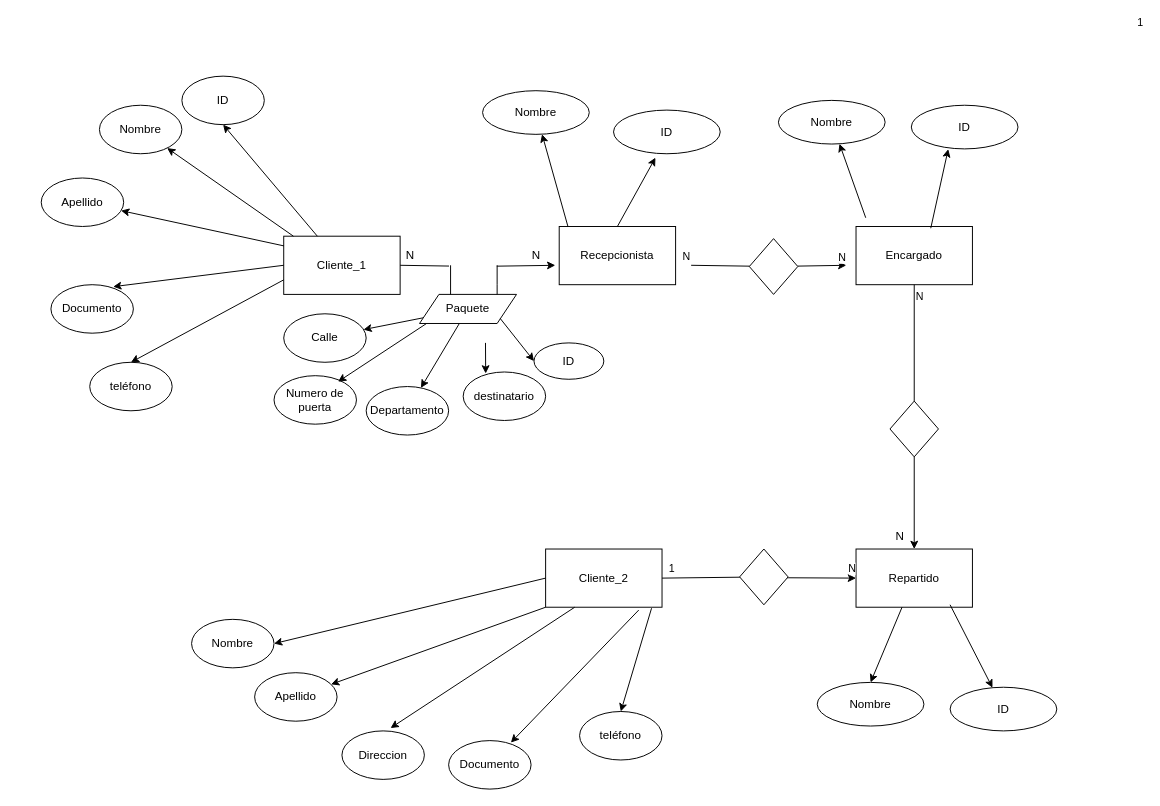
mateovillaa11/Proyecto_FindeA-o keeps this draw.io diagram as mer.drawio. Above is the earlier version. Source tidied: cells renumbered, new cells numbered last; positions are measured from the earlier drawing's top-left corner, leaving out a move shared by most shapes. Both pictures are drawn from the tidied source at 97%, with x=0, y=0 at pixel (41, 76).
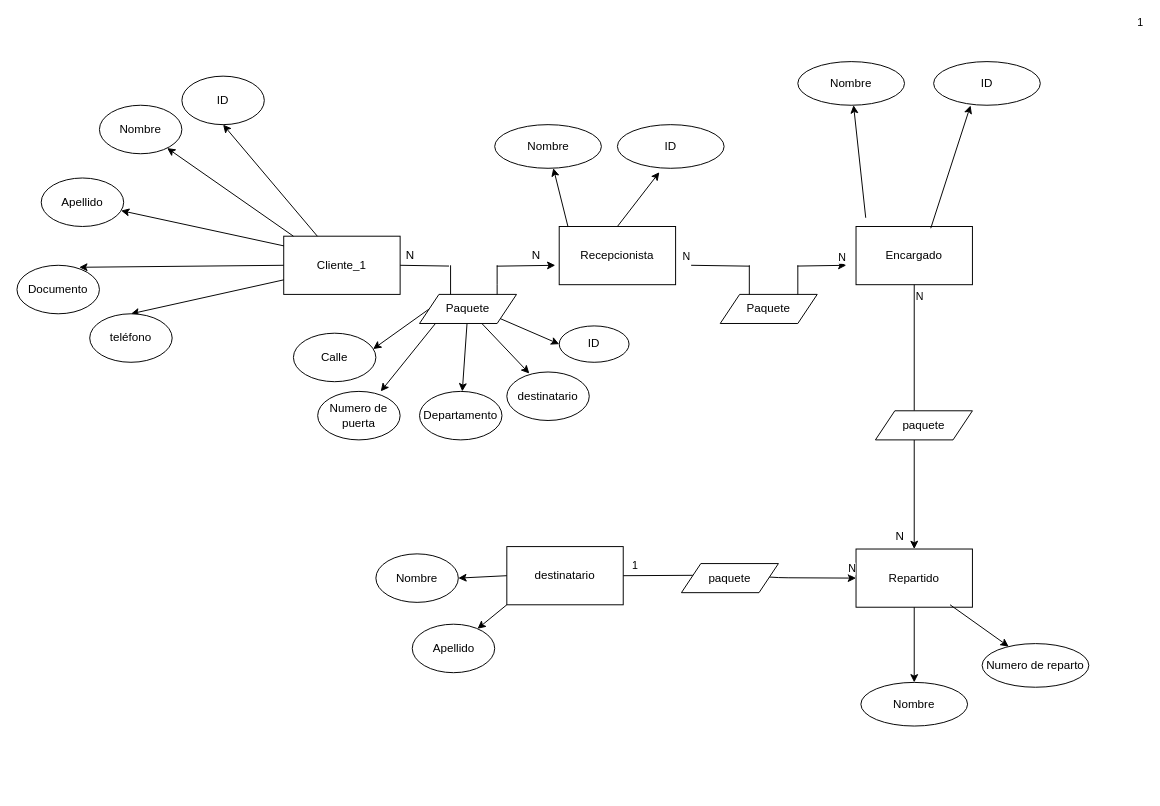
Above is the later version.

The change refers to these unchanged cells:
```xml
<mxCell id="3" value="Repartido" style="rounded=0;whiteSpace=wrap;html=1;" parent="1" vertex="1">
  <mxGeometry x="840" y="487.5" width="120" height="60" as="geometry" />
</mxCell>
<mxCell id="4" value="Encargado" style="rounded=0;whiteSpace=wrap;html=1;" parent="1" vertex="1">
  <mxGeometry x="840" y="155" width="120" height="60" as="geometry" />
</mxCell>
<mxCell id="54" value="Paquete" style="shape=parallelogram;perimeter=parallelogramPerimeter;whiteSpace=wrap;html=1;fixedSize=1;" parent="1" vertex="1">
  <mxGeometry x="390" y="225" width="100" height="30" as="geometry" />
</mxCell>
```

Change to the diagram source:
```diff
@@
-    <mxCell id="5" value="&lt;span&gt;Cliente_2&lt;/span&gt;" style="rounded=0;whiteSpace=wrap;html=1;" parent="1" vertex="1">
-      <mxGeometry x="520" y="487.5" width="120" height="60" as="geometry" />
+    <mxCell id="5" value="destinatario" style="rounded=0;whiteSpace=wrap;html=1;" parent="1" vertex="1">
+      <mxGeometry x="480" y="485" width="120" height="60" as="geometry" />
     </mxCell>
@@
-    <mxCell id="8" value="1" style="endArrow=classic;html=1;startArrow=none;" parent="1" edge="1" source="39">
+    <mxCell id="8" value="1" style="endArrow=classic;html=1;startArrow=none;" parent="1" edge="1">
       <mxGeometry x="1" y="398" relative="1" as="geometry">
+        <mxPoint x="779.6" y="195.8" as="sourcePoint" />
         <mxPoint x="830" y="195" as="targetPoint" />
         <mxPoint x="310" y="148" as="offset" />
       </mxGeometry>
     </mxCell>
@@
-    <mxCell id="11" style="endArrow=classic;html=1;startArrow=none;entryX=0.5;entryY=0;entryDx=0;entryDy=0;" parent="1" edge="1" source="42" target="3">
-      <mxGeometry relative="1" as="geometry" />
+    <mxCell id="11" style="endArrow=classic;html=1;startArrow=none;entryX=0.5;entryY=0;entryDx=0;entryDy=0;" parent="1" edge="1" target="3">
+      <mxGeometry relative="1" as="geometry">
+        <mxPoint x="900" y="375" as="sourcePoint" />
+      </mxGeometry>
     </mxCell>
@@
-    <mxCell id="13" style="endArrow=classic;html=1;startArrow=none;" parent="1" edge="1" source="45">
+    <mxCell id="13" style="endArrow=classic;html=1;startArrow=none;" parent="1" edge="1">
       <mxGeometry relative="1" as="geometry">
+        <mxPoint x="738.5" y="515.5" as="sourcePoint" />
         <mxPoint x="840" y="517.5" as="targetPoint" />
         <Array as="points">
           <mxPoint x="760" y="517.1" />
         </Array>
       </mxGeometry>
     </mxCell>
@@
     <mxCell id="16" value="Apellido" style="ellipse;whiteSpace=wrap;html=1;" parent="1" vertex="1">
-      <mxGeometry x="220" y="615" width="85" height="50" as="geometry" />
+      <mxGeometry x="382.5" y="565" width="85" height="50" as="geometry" />
     </mxCell>
-    <mxCell id="17" value="Direccion" style="ellipse;whiteSpace=wrap;html=1;" parent="1" vertex="1">
-      <mxGeometry x="310" y="675" width="85" height="50" as="geometry" />
-    </mxCell>
@@
-    <mxCell id="19" style="endArrow=classic;html=1;exitX=0.25;exitY=1;exitDx=0;exitDy=0;entryX=0.59;entryY=-0.059;entryDx=0;entryDy=0;entryPerimeter=0;" parent="1" edge="1" source="5" target="17">
-      <mxGeometry relative="1" as="geometry" />
-    </mxCell>
-    <mxCell id="20" value="Documento" style="ellipse;whiteSpace=wrap;html=1;" parent="1" vertex="1">
-      <mxGeometry x="420" y="685" width="85" height="50" as="geometry" />
-    </mxCell>
-    <mxCell id="21" style="endArrow=classic;html=1;exitX=0.8;exitY=1.049;exitDx=0;exitDy=0;exitPerimeter=0;entryX=0.755;entryY=0.041;entryDx=0;entryDy=0;entryPerimeter=0;" parent="1" edge="1" source="5" target="20">
-      <mxGeometry relative="1" as="geometry" />
-    </mxCell>
-    <mxCell id="22" style="endArrow=classic;html=1;exitX=0.91;exitY=1.017;exitDx=0;exitDy=0;exitPerimeter=0;entryX=0.5;entryY=0;entryDx=0;entryDy=0;" parent="1" edge="1" source="5" target="23">
-      <mxGeometry relative="1" as="geometry" />
-    </mxCell>
-    <mxCell id="23" value="teléfono" style="ellipse;whiteSpace=wrap;html=1;" parent="1" vertex="1">
-      <mxGeometry x="555" y="655" width="85" height="50" as="geometry" />
-    </mxCell>
@@
     <mxCell id="26" value="Nombre" style="ellipse;whiteSpace=wrap;html=1;" parent="1" vertex="1">
-      <mxGeometry x="155" y="560" width="85" height="50" as="geometry" />
+      <mxGeometry x="345" y="492.5" width="85" height="50" as="geometry" />
     </mxCell>
@@
     <mxCell id="28" value="Departamento" style="ellipse;whiteSpace=wrap;html=1;" parent="1" vertex="1">
-      <mxGeometry x="335" y="320" width="85" height="50" as="geometry" />
+      <mxGeometry x="390" y="325" width="85" height="50" as="geometry" />
     </mxCell>
@@
     <mxCell id="31" value="Documento" style="ellipse;whiteSpace=wrap;html=1;" parent="1" vertex="1">
-      <mxGeometry x="10" y="215" width="85" height="50" as="geometry" />
+      <mxGeometry x="-25" y="195" width="85" height="50" as="geometry" />
     </mxCell>
@@
     <mxCell id="34" value="teléfono" style="ellipse;whiteSpace=wrap;html=1;" parent="1" vertex="1">
-      <mxGeometry x="50" y="295" width="85" height="50" as="geometry" />
+      <mxGeometry x="50" y="245" width="85" height="50" as="geometry" />
     </mxCell>
@@
     <mxCell id="37" value="Nombre" style="ellipse;whiteSpace=wrap;html=1;" parent="1" vertex="1">
-      <mxGeometry x="455" y="15" width="110" height="45" as="geometry" />
+      <mxGeometry x="467.5" y="50" width="110" height="45" as="geometry" />
     </mxCell>
@@
-    <mxCell id="39" style="rhombus;whiteSpace=wrap;html=1;" parent="1" vertex="1">
-      <mxGeometry x="730" y="167.5" width="50" height="57.5" as="geometry" />
-    </mxCell>
-    <mxCell id="40" style="endArrow=none;html=1;" parent="1" edge="1" target="39">
+    <mxCell id="40" style="endArrow=none;html=1;" parent="1" edge="1">
       <mxGeometry x="1" y="398" relative="1" as="geometry">
         <mxPoint x="670" y="195" as="sourcePoint" />
+        <mxPoint x="730.3" y="195.9" as="targetPoint" />
         <mxPoint x="310" y="148" as="offset" />
       </mxGeometry>
     </mxCell>
@@
-    <mxCell id="42" style="rhombus;whiteSpace=wrap;html=1;" parent="1" vertex="1">
-      <mxGeometry x="875" y="335" width="50" height="57.5" as="geometry" />
-    </mxCell>
-    <mxCell id="43" style="endArrow=none;html=1;exitX=0.5;exitY=1;exitDx=0;exitDy=0;" parent="1" edge="1" source="4" target="42">
+    <mxCell id="43" style="endArrow=none;html=1;exitX=0.5;exitY=1;exitDx=0;exitDy=0;entryX=0.6;entryY=1;entryDx=0;entryDy=0;entryPerimeter=0;" parent="1" edge="1" source="4" target="74">
       <mxGeometry relative="1" as="geometry" />
     </mxCell>
@@
-    <mxCell id="45" style="rhombus;whiteSpace=wrap;html=1;" parent="1" vertex="1">
-      <mxGeometry x="720" y="487.5" width="50" height="57.5" as="geometry" />
-    </mxCell>
-    <mxCell id="46" style="endArrow=none;html=1;exitX=1;exitY=0.5;exitDx=0;exitDy=0;" parent="1" edge="1" source="5" target="45">
-      <mxGeometry relative="1" as="geometry" />
+    <mxCell id="46" style="endArrow=none;html=1;exitX=1;exitY=0.5;exitDx=0;exitDy=0;" parent="1" edge="1" source="5">
+      <mxGeometry relative="1" as="geometry">
+        <mxPoint x="690.7" y="514.5" as="targetPoint" />
+      </mxGeometry>
     </mxCell>
@@
     <mxCell id="48" value="Calle" style="ellipse;whiteSpace=wrap;html=1;" parent="1" vertex="1">
-      <mxGeometry x="250" y="245" width="85" height="50" as="geometry" />
+      <mxGeometry x="260" y="265" width="85" height="50" as="geometry" />
     </mxCell>
-    <mxCell id="49" style="endArrow=classic;html=1;entryX=0.967;entryY=0.326;entryDx=0;entryDy=0;entryPerimeter=0;" parent="1" edge="1" source="54" target="48">
+    <mxCell id="49" style="endArrow=classic;html=1;entryX=0.967;entryY=0.326;entryDx=0;entryDy=0;entryPerimeter=0;exitX=0;exitY=0.5;exitDx=0;exitDy=0;" parent="1" edge="1" source="54" target="48">
       <mxGeometry relative="1" as="geometry" />
     </mxCell>
     <mxCell id="50" value="Numero de puerta" style="ellipse;whiteSpace=wrap;html=1;" parent="1" vertex="1">
-      <mxGeometry x="240" y="308.8" width="85" height="50" as="geometry" />
+      <mxGeometry x="285" y="325" width="85" height="50" as="geometry" />
     </mxCell>
-    <mxCell id="51" style="endArrow=classic;html=1;exitX=0.072;exitY=1.001;exitDx=0;exitDy=0;exitPerimeter=0;" parent="1" edge="1" source="54">
-      <mxGeometry relative="1" as="geometry">
-        <mxPoint x="306" y="315" as="targetPoint" />
-      </mxGeometry>
+    <mxCell id="51" style="endArrow=classic;html=1;exitX=0.172;exitY=0.968;exitDx=0;exitDy=0;exitPerimeter=0;entryX=0.765;entryY=0;entryDx=0;entryDy=0;entryPerimeter=0;" parent="1" edge="1" source="54" target="50">
+      <mxGeometry relative="1" as="geometry" />
     </mxCell>
@@
     <mxCell id="55" value=" destinatario" style="ellipse;whiteSpace=wrap;html=1;" parent="1" vertex="1">
-      <mxGeometry x="435" y="305" width="85" height="50" as="geometry" />
+      <mxGeometry x="480" y="305" width="85" height="50" as="geometry" />
     </mxCell>
-    <mxCell id="56" style="endArrow=classic;html=1;entryX=0.273;entryY=0.031;entryDx=0;entryDy=0;entryPerimeter=0;" parent="1" edge="1" target="55">
-      <mxGeometry relative="1" as="geometry">
-        <mxPoint x="458" y="275" as="sourcePoint" />
-      </mxGeometry>
+    <mxCell id="56" style="endArrow=classic;html=1;entryX=0.273;entryY=0.031;entryDx=0;entryDy=0;entryPerimeter=0;" parent="1" edge="1" source="54" target="55">
+      <mxGeometry relative="1" as="geometry" />
     </mxCell>
@@
     <mxCell id="59" value="ID" style="ellipse;whiteSpace=wrap;html=1;" parent="1" vertex="1">
-      <mxGeometry x="590" y="35" width="110" height="45" as="geometry" />
+      <mxGeometry x="594" y="50" width="110" height="45" as="geometry" />
     </mxCell>
@@
     <mxCell id="61" value="ID" style="ellipse;whiteSpace=wrap;html=1;" parent="1" vertex="1">
-      <mxGeometry x="508" y="275" width="72" height="37.5" as="geometry" />
+      <mxGeometry x="534" y="257.5" width="72" height="37.5" as="geometry" />
     </mxCell>
@@
     <mxCell id="63" value="Nombre" style="ellipse;whiteSpace=wrap;html=1;" parent="1" vertex="1">
-      <mxGeometry x="760" y="25" width="110" height="45" as="geometry" />
+      <mxGeometry x="780" y="-15" width="110" height="45" as="geometry" />
     </mxCell>
@@
     <mxCell id="65" value="ID" style="ellipse;whiteSpace=wrap;html=1;" parent="1" vertex="1">
-      <mxGeometry x="897" y="30" width="110" height="45" as="geometry" />
+      <mxGeometry x="920" y="-15" width="110" height="45" as="geometry" />
     </mxCell>
@@
     <mxCell id="67" value="Nombre" style="ellipse;whiteSpace=wrap;html=1;" parent="1" vertex="1">
-      <mxGeometry x="800" y="625" width="110" height="45" as="geometry" />
+      <mxGeometry x="845" y="625" width="110" height="45" as="geometry" />
     </mxCell>
-    <mxCell id="68" value="ID" style="ellipse;whiteSpace=wrap;html=1;" parent="1" vertex="1">
-      <mxGeometry x="937" y="630" width="110" height="45" as="geometry" />
+    <mxCell id="68" value="Numero de reparto" style="ellipse;whiteSpace=wrap;html=1;" parent="1" vertex="1">
+      <mxGeometry x="970" y="585" width="110" height="45" as="geometry" />
     </mxCell>
@@
+    <mxCell id="71" value="Paquete" style="shape=parallelogram;perimeter=parallelogramPerimeter;whiteSpace=wrap;html=1;fixedSize=1;" parent="1" vertex="1">
+      <mxGeometry x="700" y="225" width="100" height="30" as="geometry" />
+    </mxCell>
+    <mxCell id="72" style="endArrow=none;html=1;" parent="1" edge="1">
+      <mxGeometry relative="1" as="geometry">
+        <mxPoint x="730" y="225" as="sourcePoint" />
+        <mxPoint x="730" y="195" as="targetPoint" />
+      </mxGeometry>
+    </mxCell>
+    <mxCell id="73" style="endArrow=none;html=1;" parent="1" edge="1">
+      <mxGeometry relative="1" as="geometry">
+        <mxPoint x="780" y="195" as="sourcePoint" />
+        <mxPoint x="780" y="225" as="targetPoint" />
+      </mxGeometry>
+    </mxCell>
+    <mxCell id="74" value="paquete" style="shape=parallelogram;perimeter=parallelogramPerimeter;whiteSpace=wrap;html=1;fixedSize=1;direction=west;size=20;" parent="1" vertex="1">
+      <mxGeometry x="860" y="345" width="100" height="30" as="geometry" />
+    </mxCell>
+    <mxCell id="75" value="paquete" style="shape=parallelogram;perimeter=parallelogramPerimeter;whiteSpace=wrap;html=1;fixedSize=1;direction=west;size=20;" parent="1" vertex="1">
+      <mxGeometry x="660" y="502.5" width="100" height="30" as="geometry" />
+    </mxCell>
```
